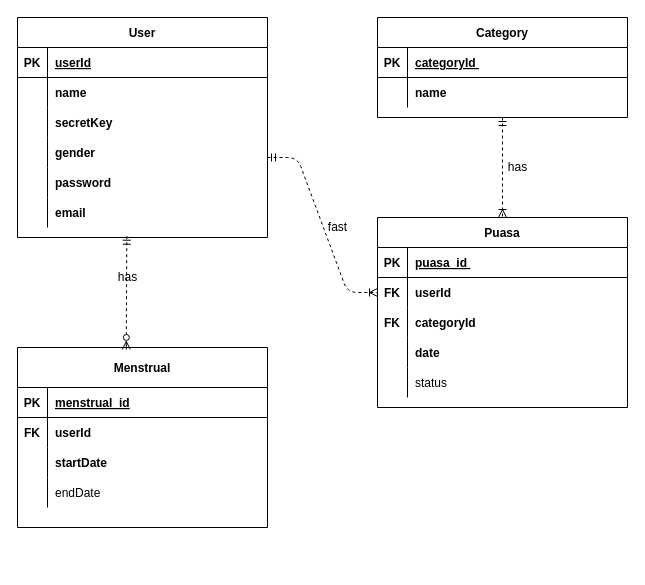
Earlier version of the draw.io diagram Puasa Recording Diagram.drawio (nurezzajeslin/Week2ClassDiagram). Source tidied: cells renumbered, new cells numbered last; positions are measured from the earlier drawing's top-left corner, leaving out a move shared by most shapes. Both pictures are drawn from the tidied source at 100%, with x=0, y=0 at pixel (17, 17).
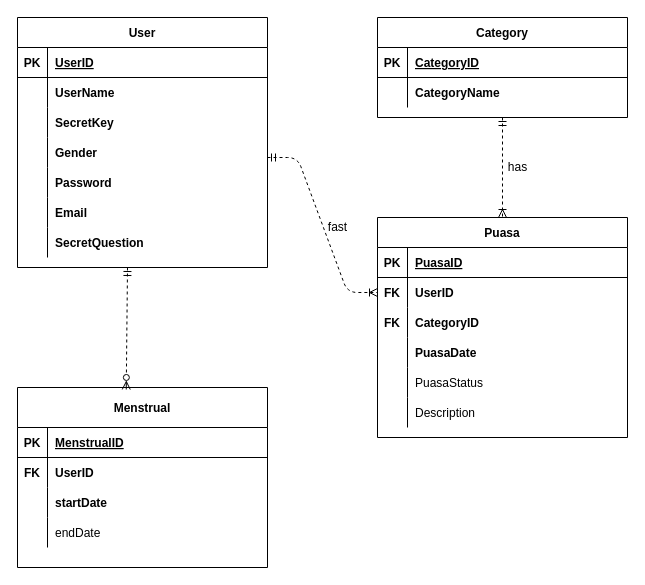
The same page after the edit.

The change refers to these unchanged cells:
```xml
<mxCell id="3" style="shape=partialRectangle;fillColor=none;top=0;left=0;right=0;bottom=1;" parent="2" vertex="1">
  <mxGeometry y="30" width="250" height="30" as="geometry" />
</mxCell>
<mxCell id="6" style="shape=partialRectangle;fillColor=none;top=0;left=0;right=0;bottom=0;" parent="2" vertex="1">
  <mxGeometry y="60" width="250" height="30" as="geometry" />
</mxCell>
<mxCell id="10" style="shape=partialRectangle;fillColor=none;top=0;left=0;right=0;bottom=1;" parent="9" vertex="1">
  <mxGeometry y="30" width="250" height="30" as="geometry" />
</mxCell>
<mxCell id="13" style="shape=partialRectangle;fillColor=none;points=[[0,0.5],[1,0.5]];portConstraint=eastwest;top=0;left=0;right=0;bottom=0;fontStyle=0;" parent="9" vertex="1">
  <mxGeometry y="60" width="250" height="30" as="geometry" />
</mxCell>
<mxCell id="16" style="shape=tableRow;horizontal=0;startSize=0;swimlaneHead=0;swimlaneBody=0;fillColor=none;top=0;left=0;right=0;bottom=0;fontStyle=0;" parent="9" vertex="1">
  <mxGeometry y="90" width="250" height="30" as="geometry" />
</mxCell>
<mxCell id="19" style="shape=partialRectangle;fillColor=none;top=0;left=0;right=0;bottom=0;" parent="9" vertex="1">
  <mxGeometry y="120" width="250" height="30" as="geometry" />
</mxCell>
<mxCell id="22" style="shape=tableRow;horizontal=0;startSize=0;swimlaneHead=0;swimlaneBody=0;fillColor=none;top=0;left=0;right=0;bottom=0;" parent="9" vertex="1">
  <mxGeometry y="150" width="250" height="30" as="geometry" />
</mxCell>
<mxCell id="26" style="shape=partialRectangle;fillColor=none;top=0;left=0;right=0;bottom=1;" parent="25" vertex="1">
  <mxGeometry y="30" width="250" height="30" as="geometry" />
</mxCell>
<mxCell id="29" style="shape=partialRectangle;fillColor=none;top=0;left=0;right=0;bottom=0;" parent="25" vertex="1">
  <mxGeometry y="60" width="250" height="30" as="geometry" />
</mxCell>
<mxCell id="32" style="shape=tableRow;horizontal=0;startSize=0;swimlaneHead=0;swimlaneBody=0;fillColor=none;top=0;left=0;right=0;bottom=0;" parent="25" vertex="1">
  <mxGeometry y="90" width="250" height="30" as="geometry" />
</mxCell>
<mxCell id="35" style="shape=tableRow;horizontal=0;startSize=0;swimlaneHead=0;swimlaneBody=0;fillColor=none;top=0;left=0;right=0;bottom=0;" parent="25" vertex="1">
  <mxGeometry y="120" width="250" height="30" as="geometry" />
</mxCell>
<mxCell id="38" style="shape=tableRow;horizontal=0;startSize=0;swimlaneHead=0;swimlaneBody=0;fillColor=none;top=0;left=0;right=0;bottom=0;" parent="25" vertex="1">
  <mxGeometry y="150" width="250" height="30" as="geometry" />
</mxCell>
<mxCell id="41" style="shape=tableRow;horizontal=0;startSize=0;swimlaneHead=0;swimlaneBody=0;fillColor=none;top=0;left=0;right=0;bottom=0;" parent="25" vertex="1">
  <mxGeometry y="180" width="250" height="30" as="geometry" />
</mxCell>
<mxCell id="45" style="shape=tableRow;horizontal=0;startSize=0;swimlaneHead=0;swimlaneBody=0;fillColor=none;top=0;left=0;right=0;bottom=1;" parent="44" vertex="1">
  <mxGeometry y="40" width="250" height="30" as="geometry" />
</mxCell>
<mxCell id="48" style="shape=tableRow;horizontal=0;startSize=0;swimlaneHead=0;swimlaneBody=0;fillColor=none;top=0;left=0;right=0;bottom=0;" parent="44" vertex="1">
  <mxGeometry y="70" width="250" height="30" as="geometry" />
</mxCell>
```

What changed in the source:
```diff
@@
-    <mxCell id="5" value="categoryId " style="shape=partialRectangle;overflow=hidden;fillColor=none;top=0;left=0;bottom=0;right=0;align=left;spacingLeft=6;fontStyle=5;" parent="3" vertex="1">
+    <mxCell id="5" value="CategoryID" style="shape=partialRectangle;overflow=hidden;fillColor=none;top=0;left=0;bottom=0;right=0;align=left;spacingLeft=6;fontStyle=5;" parent="3" vertex="1">
       <mxGeometry x="30" width="220" height="30" as="geometry" />
     </mxCell>
@@
-    <mxCell id="8" value="name" style="shape=partialRectangle;overflow=hidden;fillColor=none;top=0;left=0;bottom=0;right=0;align=left;spacingLeft=6;fontStyle=1;" parent="6" vertex="1">
+    <mxCell id="8" value="CategoryName" style="shape=partialRectangle;overflow=hidden;fillColor=none;top=0;left=0;bottom=0;right=0;align=left;spacingLeft=6;fontStyle=1;" parent="6" vertex="1">
       <mxGeometry x="30" width="220" height="30" as="geometry" />
     </mxCell>
     <mxCell id="9" value="Puasa" style="shape=table;startSize=30;childLayout=tableLayout;rowLines=0;fontStyle=1;align=center;" parent="1" vertex="1">
-      <mxGeometry x="360" y="200" width="250" height="190" as="geometry" />
+      <mxGeometry x="360" y="200" width="250" height="220" as="geometry" />
     </mxCell>
@@
-    <mxCell id="12" value="puasa_id " style="shape=partialRectangle;overflow=hidden;fillColor=none;top=0;left=0;bottom=0;right=0;align=left;spacingLeft=6;fontStyle=5;" parent="10" vertex="1">
+    <mxCell id="12" value="PuasaID" style="shape=partialRectangle;overflow=hidden;fillColor=none;top=0;left=0;bottom=0;right=0;align=left;spacingLeft=6;fontStyle=5;" parent="10" vertex="1">
       <mxGeometry x="30" width="220" height="30" as="geometry" />
     </mxCell>
@@
-    <mxCell id="15" value="userId" style="shape=partialRectangle;overflow=hidden;fillColor=none;top=0;left=0;bottom=0;right=0;align=left;spacingLeft=6;fontStyle=1;" parent="13" vertex="1">
+    <mxCell id="15" value="UserID" style="shape=partialRectangle;overflow=hidden;fillColor=none;top=0;left=0;bottom=0;right=0;align=left;spacingLeft=6;fontStyle=1;" parent="13" vertex="1">
       <mxGeometry x="30" width="220" height="30" as="geometry" />
     </mxCell>
@@
-    <mxCell id="18" value="categoryId" style="shape=partialRectangle;fillColor=none;top=0;left=0;bottom=0;right=0;align=left;spacingLeft=6;fontStyle=1;overflow=hidden;" parent="16" vertex="1">
+    <mxCell id="18" value="CategoryID" style="shape=partialRectangle;fillColor=none;top=0;left=0;bottom=0;right=0;align=left;spacingLeft=6;fontStyle=1;overflow=hidden;" parent="16" vertex="1">
       <mxGeometry x="30" width="220" height="30" as="geometry" />
     </mxCell>
@@
-    <mxCell id="21" value="date" style="shape=partialRectangle;overflow=hidden;fillColor=none;top=0;left=0;bottom=0;right=0;align=left;spacingLeft=6;fontStyle=1;" parent="19" vertex="1">
+    <mxCell id="21" value="PuasaDate" style="shape=partialRectangle;overflow=hidden;fillColor=none;top=0;left=0;bottom=0;right=0;align=left;spacingLeft=6;fontStyle=1;" parent="19" vertex="1">
       <mxGeometry x="30" width="220" height="30" as="geometry" />
     </mxCell>
@@
-    <mxCell id="24" value="status" style="shape=partialRectangle;fillColor=none;top=0;left=0;bottom=0;right=0;align=left;spacingLeft=6;overflow=hidden;fontStyle=0;" parent="22" vertex="1">
+    <mxCell id="24" value="PuasaStatus" style="shape=partialRectangle;fillColor=none;top=0;left=0;bottom=0;right=0;align=left;spacingLeft=6;overflow=hidden;fontStyle=0;" parent="22" vertex="1">
       <mxGeometry x="30" width="220" height="30" as="geometry" />
     </mxCell>
+    <mxCell id="63" style="shape=tableRow;horizontal=0;startSize=0;swimlaneHead=0;swimlaneBody=0;fillColor=none;top=0;left=0;right=0;bottom=0;" parent="9" vertex="1">
+      <mxGeometry y="180" width="250" height="30" as="geometry" />
+    </mxCell>
+    <mxCell id="64" style="shape=partialRectangle;fillColor=none;top=0;left=0;bottom=0;right=0;overflow=hidden;" parent="63" vertex="1">
+      <mxGeometry width="30" height="30" as="geometry" />
+    </mxCell>
+    <mxCell id="65" value="Description" style="shape=partialRectangle;fillColor=none;top=0;left=0;bottom=0;right=0;align=left;spacingLeft=6;overflow=hidden;" parent="63" vertex="1">
+      <mxGeometry x="30" width="220" height="30" as="geometry" />
+    </mxCell>
     <mxCell id="25" value="User" style="shape=table;startSize=30;childLayout=tableLayout;rowLines=0;fontStyle=1;align=center;" parent="1" vertex="1">
-      <mxGeometry width="250" height="220" as="geometry" />
+      <mxGeometry width="250" height="250" as="geometry" />
     </mxCell>
@@
-    <mxCell id="28" value="userId" style="shape=partialRectangle;overflow=hidden;fillColor=none;top=0;left=0;bottom=0;right=0;align=left;spacingLeft=6;fontStyle=5;" parent="26" vertex="1">
+    <mxCell id="28" value="UserID" style="shape=partialRectangle;overflow=hidden;fillColor=none;top=0;left=0;bottom=0;right=0;align=left;spacingLeft=6;fontStyle=5;" parent="26" vertex="1">
       <mxGeometry x="30" width="220" height="30" as="geometry" />
     </mxCell>
@@
-    <mxCell id="31" value="name " style="shape=partialRectangle;overflow=hidden;fillColor=none;top=0;left=0;bottom=0;right=0;align=left;spacingLeft=6;fontStyle=1;" parent="29" vertex="1">
+    <mxCell id="31" value="UserName" style="shape=partialRectangle;overflow=hidden;fillColor=none;top=0;left=0;bottom=0;right=0;align=left;spacingLeft=6;fontStyle=1;" parent="29" vertex="1">
       <mxGeometry x="30" width="220" height="30" as="geometry" />
     </mxCell>
@@
-    <mxCell id="34" value="secretKey" style="shape=partialRectangle;fillColor=none;top=0;left=0;bottom=0;right=0;align=left;spacingLeft=6;overflow=hidden;fontStyle=1;" parent="32" vertex="1">
+    <mxCell id="34" value="SecretKey" style="shape=partialRectangle;fillColor=none;top=0;left=0;bottom=0;right=0;align=left;spacingLeft=6;overflow=hidden;fontStyle=1;" parent="32" vertex="1">
       <mxGeometry x="30" width="220" height="30" as="geometry" />
     </mxCell>
@@
-    <mxCell id="37" value="gender" style="shape=partialRectangle;fillColor=none;top=0;left=0;bottom=0;right=0;align=left;spacingLeft=6;overflow=hidden;fontStyle=1;" parent="35" vertex="1">
+    <mxCell id="37" value="Gender" style="shape=partialRectangle;fillColor=none;top=0;left=0;bottom=0;right=0;align=left;spacingLeft=6;overflow=hidden;fontStyle=1;" parent="35" vertex="1">
       <mxGeometry x="30" width="220" height="30" as="geometry" />
     </mxCell>
@@
-    <mxCell id="40" value="password" style="shape=partialRectangle;fillColor=none;top=0;left=0;bottom=0;right=0;align=left;spacingLeft=6;overflow=hidden;fontStyle=1;" parent="38" vertex="1">
+    <mxCell id="40" value="Password" style="shape=partialRectangle;fillColor=none;top=0;left=0;bottom=0;right=0;align=left;spacingLeft=6;overflow=hidden;fontStyle=1;" parent="38" vertex="1">
       <mxGeometry x="30" width="220" height="30" as="geometry" />
     </mxCell>
@@
-    <mxCell id="43" value="email" style="shape=partialRectangle;fillColor=none;top=0;left=0;bottom=0;right=0;align=left;spacingLeft=6;overflow=hidden;fontStyle=1;" parent="41" vertex="1">
+    <mxCell id="43" value="Email" style="shape=partialRectangle;fillColor=none;top=0;left=0;bottom=0;right=0;align=left;spacingLeft=6;overflow=hidden;fontStyle=1;" parent="41" vertex="1">
       <mxGeometry x="30" width="220" height="30" as="geometry" />
     </mxCell>
+    <mxCell id="66" style="shape=tableRow;horizontal=0;startSize=0;swimlaneHead=0;swimlaneBody=0;fillColor=none;top=0;left=0;right=0;bottom=0;" parent="25" vertex="1">
+      <mxGeometry y="210" width="250" height="30" as="geometry" />
+    </mxCell>
+    <mxCell id="67" style="shape=partialRectangle;fillColor=none;top=0;left=0;bottom=0;right=0;overflow=hidden;" parent="66" vertex="1">
+      <mxGeometry width="30" height="30" as="geometry" />
+    </mxCell>
+    <mxCell id="68" value="SecretQuestion" style="shape=partialRectangle;fillColor=none;top=0;left=0;bottom=0;right=0;align=left;spacingLeft=6;overflow=hidden;fontStyle=1;" parent="66" vertex="1">
+      <mxGeometry x="30" width="220" height="30" as="geometry" />
+    </mxCell>
     <mxCell id="44" value="Menstrual" style="shape=table;startSize=40;childLayout=tableLayout;rowLines=0;fontStyle=1;align=center;" parent="1" vertex="1">
-      <mxGeometry y="330" width="250" height="180" as="geometry" />
+      <mxGeometry y="370" width="250" height="180" as="geometry" />
     </mxCell>
@@
-    <mxCell id="47" value="menstrual_id" style="shape=partialRectangle;fillColor=none;top=0;left=0;bottom=0;right=0;align=left;spacingLeft=6;fontStyle=5;overflow=hidden;" parent="45" vertex="1">
+    <mxCell id="47" value="MenstrualID" style="shape=partialRectangle;fillColor=none;top=0;left=0;bottom=0;right=0;align=left;spacingLeft=6;fontStyle=5;overflow=hidden;" parent="45" vertex="1">
       <mxGeometry x="30" width="220" height="30" as="geometry" />
     </mxCell>
@@
-    <mxCell id="50" value="userId     " style="shape=partialRectangle;fillColor=none;top=0;left=0;bottom=0;right=0;align=left;spacingLeft=6;fontStyle=1;overflow=hidden;" parent="48" vertex="1">
+    <mxCell id="50" value="UserID" style="shape=partialRectangle;fillColor=none;top=0;left=0;bottom=0;right=0;align=left;spacingLeft=6;fontStyle=1;overflow=hidden;" parent="48" vertex="1">
       <mxGeometry x="30" width="220" height="30" as="geometry" />
     </mxCell>
@@
-    <mxCell id="58" style="endArrow=ERzeroToMany;html=1;rounded=0;elbow=vertical;entryX=0.435;entryY=0.011;entryDx=0;entryDy=0;exitX=0.108;exitY=-0.067;exitDx=0;exitDy=0;startArrow=ERmandOne;startFill=0;endFill=0;entryPerimeter=0;exitPerimeter=0;dashed=1;" parent="1" edge="1" target="44">
+    <mxCell id="58" style="endArrow=ERzeroToMany;html=1;rounded=0;elbow=vertical;entryX=0.435;entryY=0.011;entryDx=0;entryDy=0;startArrow=ERmandOne;startFill=0;endFill=0;entryPerimeter=0;dashed=1;" parent="1" edge="1" target="44">
       <mxGeometry relative="1" as="geometry">
-        <mxPoint x="109.3" y="218.7" as="sourcePoint" />
+        <mxPoint x="110" y="250" as="sourcePoint" />
       </mxGeometry>
     </mxCell>
@@
-    <mxCell id="62" value="has" style="text;html=1;align=center;verticalAlign=middle;strokeColor=none;fillColor=none;" parent="1" vertex="1">
-      <mxGeometry x="95" y="250" width="30" height="20" as="geometry" />
-    </mxCell>
```
